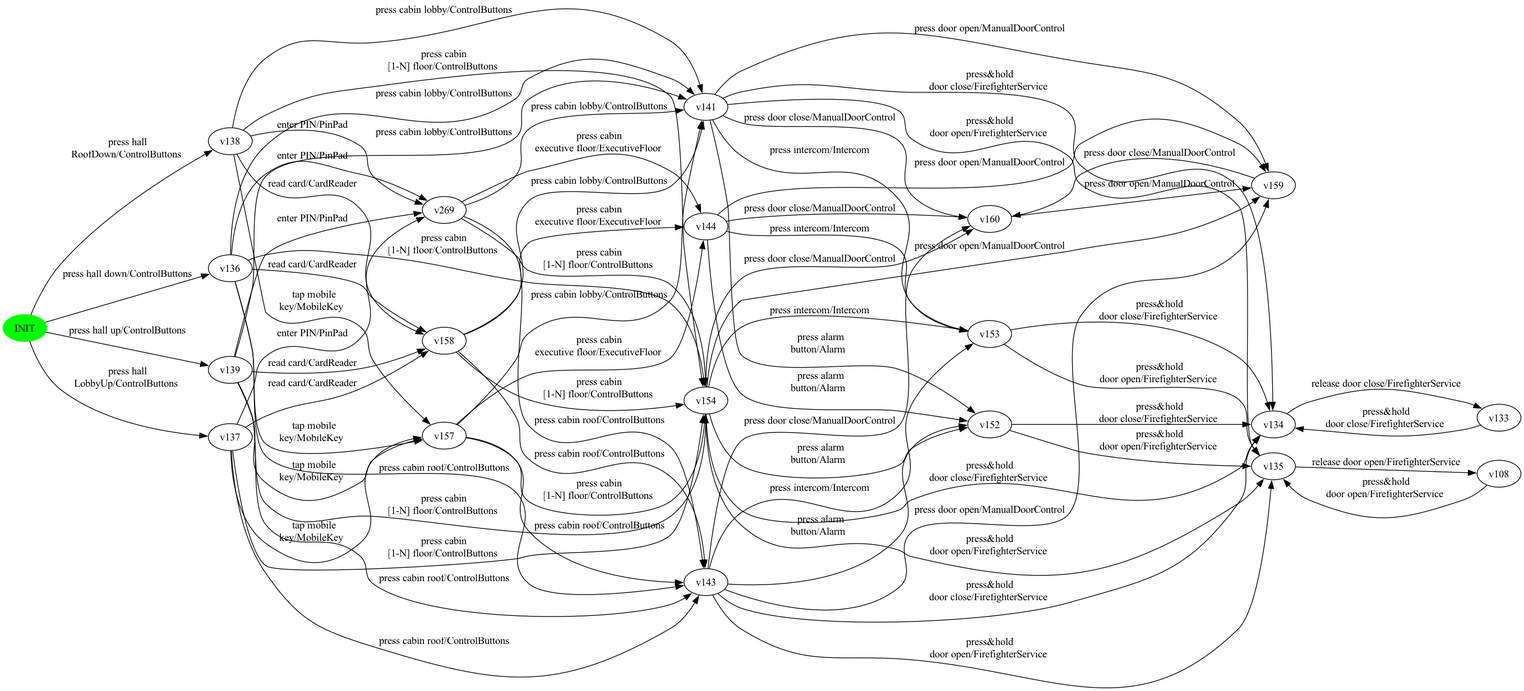
The Graphviz diagram automode-reports/figures/Elevator.png in dilekozturk93/vibes, before a commit. Its source is kept beside it as automode-reports/figures/Elevator.dot.
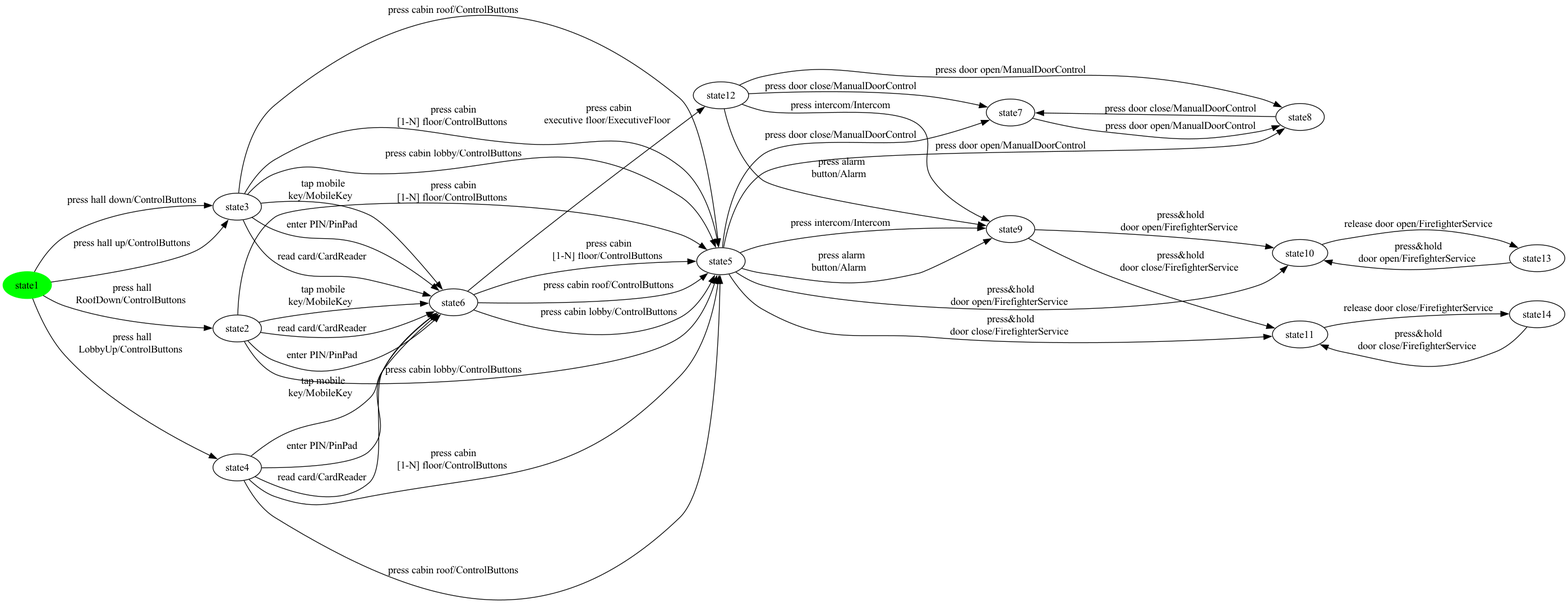
After the change.

The edit, as a diff of the source:
```diff
@@ -1,125 +1,77 @@
 digraph G {
 rankdir=LR;
-state0[ label = "INIT", style=filled, color=green ];
-state1 [ label = "v160" ];
-state1 -> state2 [ label=" press door open/ManualDoorControl " ];
-state3 [ label = "v136" ];
-state3 -> state4 [ label=" press cabin lobby/ControlButtons " ];
-state3 -> state5 [ label=" press cabin
+state0[ label = "state1", style=filled, color=green ];
+state1 [ label = "state9" ];
+state1 -> state2 [ label=" press&hold
+door open/FirefighterService " ];
+state1 -> state3 [ label=" press&hold
+door close/FirefighterService " ];
+state4 [ label = "state6" ];
+state4 -> state5 [ label=" press cabin lobby/ControlButtons " ];
+state4 -> state5 [ label=" press cabin
 [1-N] floor/ControlButtons " ];
-state3 -> state6 [ label=" press cabin roof/ControlButtons " ];
-state3 -> state7 [ label=" tap mobile
-key/MobileKey " ];
-state3 -> state8 [ label=" enter PIN/PinPad " ];
-state3 -> state9 [ label=" read card/CardReader " ];
-state9 [ label = "v158" ];
-state9 -> state6 [ label=" press cabin roof/ControlButtons " ];
+state4 -> state5 [ label=" press cabin roof/ControlButtons " ];
+state4 -> state6 [ label=" press cabin
+executive floor/ExecutiveFloor " ];
+state5 [ label = "state5" ];
+state5 -> state7 [ label=" press door close/ManualDoorControl " ];
+state5 -> state8 [ label=" press door open/ManualDoorControl " ];
+state5 -> state1 [ label=" press intercom/Intercom " ];
+state5 -> state1 [ label=" press alarm
+button/Alarm " ];
+state5 -> state2 [ label=" press&hold
+door open/FirefighterService " ];
+state5 -> state3 [ label=" press&hold
+door close/FirefighterService " ];
+state8 [ label = "state8" ];
+state8 -> state7 [ label=" press door close/ManualDoorControl " ];
+state7 [ label = "state7" ];
+state7 -> state8 [ label=" press door open/ManualDoorControl " ];
+state9 [ label = "state2" ];
 state9 -> state5 [ label=" press cabin
 [1-N] floor/ControlButtons " ];
-state9 -> state4 [ label=" press cabin lobby/ControlButtons " ];
-state9 -> state10 [ label=" press cabin
-executive floor/ExecutiveFloor " ];
-state11 [ label = "v137" ];
+state9 -> state5 [ label=" press cabin lobby/ControlButtons " ];
+state9 -> state4 [ label=" enter PIN/PinPad " ];
+state9 -> state4 [ label=" tap mobile
+key/MobileKey " ];
+state9 -> state4 [ label=" read card/CardReader " ];
+state0 -> state9 [ label=" press hall
+RoofDown/ControlButtons " ];
+state0 -> state10 [ label=" press hall up/ControlButtons " ];
+state0 -> state10 [ label=" press hall down/ControlButtons " ];
+state0 -> state11 [ label=" press hall
+LobbyUp/ControlButtons " ];
+state11 [ label = "state4" ];
+state11 -> state5 [ label=" press cabin roof/ControlButtons " ];
 state11 -> state5 [ label=" press cabin
 [1-N] floor/ControlButtons " ];
-state11 -> state6 [ label=" press cabin roof/ControlButtons " ];
-state11 -> state7 [ label=" tap mobile
+state11 -> state4 [ label=" enter PIN/PinPad " ];
+state11 -> state4 [ label=" read card/CardReader " ];
+state11 -> state4 [ label=" tap mobile
 key/MobileKey " ];
-state11 -> state8 [ label=" enter PIN/PinPad " ];
-state11 -> state9 [ label=" read card/CardReader " ];
-state2 [ label = "v159" ];
-state2 -> state1 [ label=" press door close/ManualDoorControl " ];
-state8 [ label = "v269" ];
-state8 -> state6 [ label=" press cabin roof/ControlButtons " ];
-state8 -> state5 [ label=" press cabin
+state10 [ label = "state3" ];
+state10 -> state5 [ label=" press cabin lobby/ControlButtons " ];
+state10 -> state5 [ label=" press cabin roof/ControlButtons " ];
+state10 -> state5 [ label=" press cabin
 [1-N] floor/ControlButtons " ];
-state8 -> state4 [ label=" press cabin lobby/ControlButtons " ];
-state8 -> state10 [ label=" press cabin
-executive floor/ExecutiveFloor " ];
-state12 [ label = "v134" ];
-state12 -> state13 [ label=" release door close/FirefighterService " ];
-state14 [ label = "v135" ];
-state14 -> state15 [ label=" release door open/FirefighterService " ];
-state7 [ label = "v157" ];
-state7 -> state6 [ label=" press cabin roof/ControlButtons " ];
-state7 -> state5 [ label=" press cabin
-[1-N] floor/ControlButtons " ];
-state7 -> state4 [ label=" press cabin lobby/ControlButtons " ];
-state7 -> state10 [ label=" press cabin
-executive floor/ExecutiveFloor " ];
-state6 [ label = "v143" ];
-state6 -> state1 [ label=" press door close/ManualDoorControl " ];
-state6 -> state2 [ label=" press door open/ManualDoorControl " ];
-state6 -> state16 [ label=" press intercom/Intercom " ];
-state6 -> state12 [ label=" press&hold
+state10 -> state4 [ label=" tap mobile
+key/MobileKey " ];
+state10 -> state4 [ label=" enter PIN/PinPad " ];
+state10 -> state4 [ label=" read card/CardReader " ];
+state12 [ label = "state13" ];
+state12 -> state2 [ label=" press&hold
+door open/FirefighterService " ];
+state6 [ label = "state12" ];
+state6 -> state7 [ label=" press door close/ManualDoorControl " ];
+state6 -> state1 [ label=" press intercom/Intercom " ];
+state6 -> state1 [ label=" press alarm
+button/Alarm " ];
+state6 -> state8 [ label=" press door open/ManualDoorControl " ];
+state3 [ label = "state11" ];
+state3 -> state13 [ label=" release door close/FirefighterService " ];
+state2 [ label = "state10" ];
+state2 -> state12 [ label=" release door open/FirefighterService " ];
+state13 [ label = "state14" ];
+state13 -> state3 [ label=" press&hold
 door close/FirefighterService " ];
-state6 -> state14 [ label=" press&hold
-door open/FirefighterService " ];
-state6 -> state17 [ label=" press alarm
-button/Alarm " ];
-state5 [ label = "v154" ];
-state5 -> state1 [ label=" press door close/ManualDoorControl " ];
-state5 -> state2 [ label=" press door open/ManualDoorControl " ];
-state5 -> state16 [ label=" press intercom/Intercom " ];
-state5 -> state14 [ label=" press&hold
-door open/FirefighterService " ];
-state5 -> state12 [ label=" press&hold
-door close/FirefighterService " ];
-state5 -> state17 [ label=" press alarm
-button/Alarm " ];
-state13 [ label = "v133" ];
-state13 -> state12 [ label=" press&hold
-door close/FirefighterService " ];
-state10 [ label = "v144" ];
-state10 -> state1 [ label=" press door close/ManualDoorControl " ];
-state10 -> state16 [ label=" press intercom/Intercom " ];
-state10 -> state2 [ label=" press door open/ManualDoorControl " ];
-state10 -> state17 [ label=" press alarm
-button/Alarm " ];
-state4 [ label = "v141" ];
-state4 -> state1 [ label=" press door close/ManualDoorControl " ];
-state4 -> state2 [ label=" press door open/ManualDoorControl " ];
-state4 -> state16 [ label=" press intercom/Intercom " ];
-state4 -> state14 [ label=" press&hold
-door open/FirefighterService " ];
-state4 -> state12 [ label=" press&hold
-door close/FirefighterService " ];
-state4 -> state17 [ label=" press alarm
-button/Alarm " ];
-state17 [ label = "v152" ];
-state17 -> state14 [ label=" press&hold
-door open/FirefighterService " ];
-state17 -> state12 [ label=" press&hold
-door close/FirefighterService " ];
-state16 [ label = "v153" ];
-state16 -> state12 [ label=" press&hold
-door close/FirefighterService " ];
-state16 -> state14 [ label=" press&hold
-door open/FirefighterService " ];
-state0 -> state18 [ label=" press hall
-RoofDown/ControlButtons " ];
-state0 -> state19 [ label=" press hall up/ControlButtons " ];
-state0 -> state3 [ label=" press hall down/ControlButtons " ];
-state0 -> state11 [ label=" press hall
-LobbyUp/ControlButtons " ];
-state15 [ label = "v108" ];
-state15 -> state14 [ label=" press&hold
-door open/FirefighterService " ];
-state18 [ label = "v138" ];
-state18 -> state5 [ label=" press cabin
-[1-N] floor/ControlButtons " ];
-state18 -> state4 [ label=" press cabin lobby/ControlButtons " ];
-state18 -> state7 [ label=" tap mobile
-key/MobileKey " ];
-state18 -> state8 [ label=" enter PIN/PinPad " ];
-state18 -> state9 [ label=" read card/CardReader " ];
-state19 [ label = "v139" ];
-state19 -> state5 [ label=" press cabin
-[1-N] floor/ControlButtons " ];
-state19 -> state6 [ label=" press cabin roof/ControlButtons " ];
-state19 -> state4 [ label=" press cabin lobby/ControlButtons " ];
-state19 -> state7 [ label=" tap mobile
-key/MobileKey " ];
-state19 -> state8 [ label=" enter PIN/PinPad " ];
-state19 -> state9 [ label=" read card/CardReader " ];
 }
```
